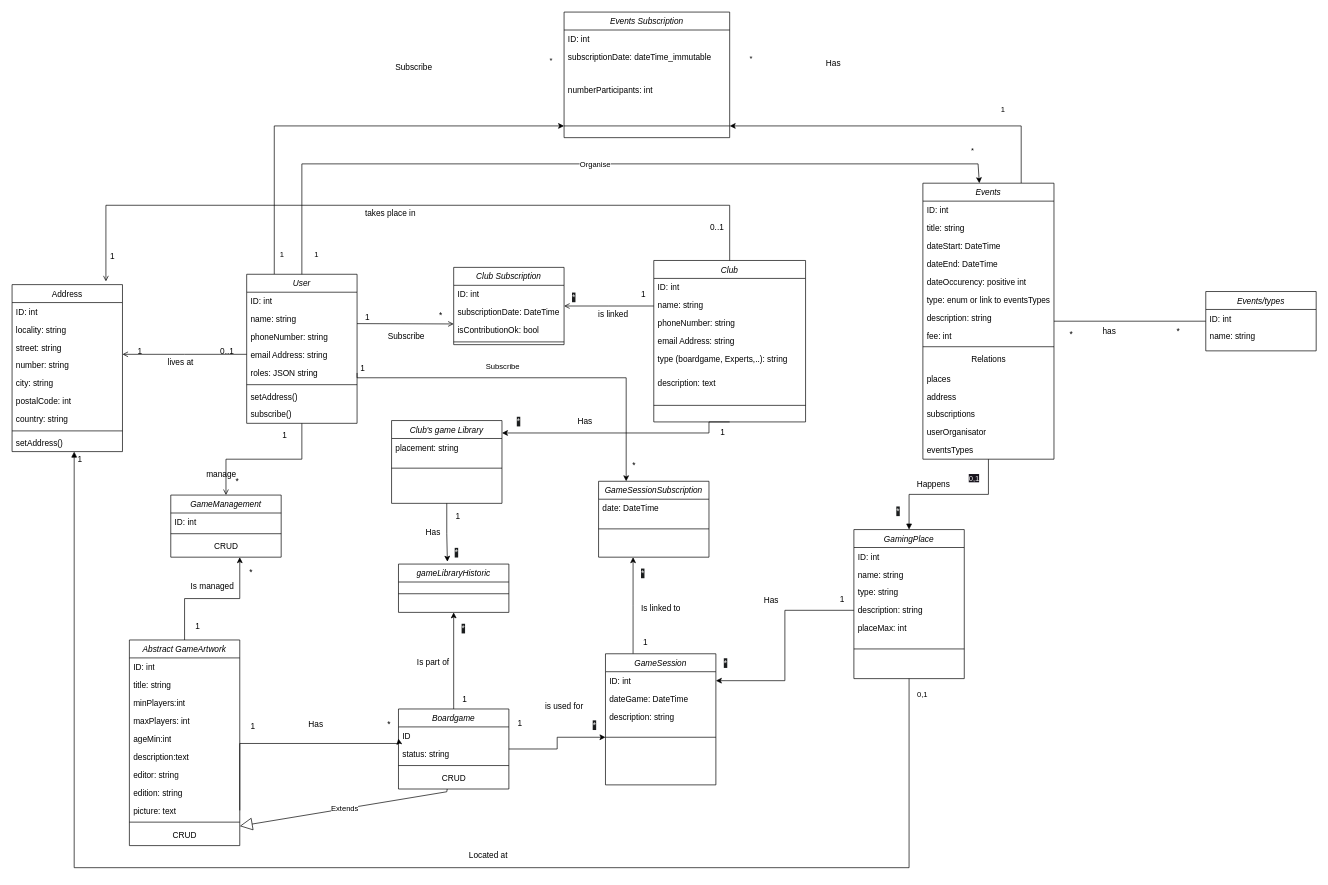
Dj3ni/I3_ProjetSymphony keeps this draw.io diagram as doc/diagrammes/analyseUML.drawio. Above is the earlier version. Source tidied: cells renumbered, new cells numbered last; positions are measured from the earlier drawing's top-left corner, leaving out a move shared by most shapes. Both pictures are drawn from the tidied source at 69%, with x=0, y=0 at pixel (12, 12).
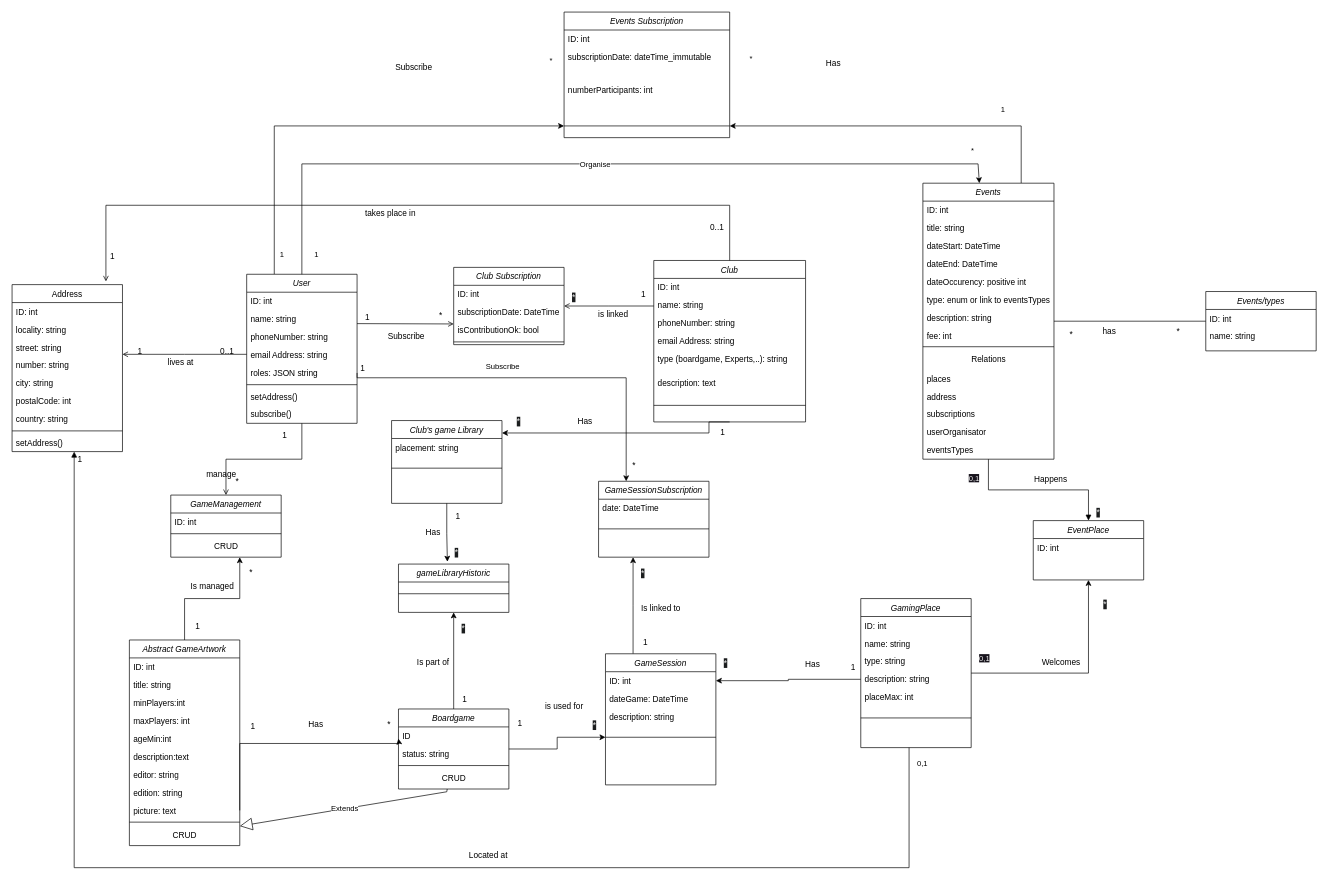
The same diagram, later.

Commit message (it also covers changes not shown here):
correction for relation Event and gaming place: added another entity EventPlace : because relation should been many to many

Unchanged cells that the change refers to:
```xml
<mxCell id="64" value="Events" style="swimlane;fontStyle=2;align=center;verticalAlign=top;horizontal=1;startSize=26;rounded=0;shadow=0;strokeWidth=1;" parent="1" vertex="1">
  <mxGeometry x="1320" y="248" width="190" height="400" as="geometry" />
</mxCell>
```

The edit, as a diff of the source:
```diff
@@
     <mxCell id="122" value="GamingPlace" style="swimlane;fontStyle=2;align=center;verticalAlign=top;horizontal=1;startSize=26;rounded=0;shadow=0;strokeWidth=1;" parent="1" vertex="1">
-      <mxGeometry x="1220" y="750" width="160" height="216" as="geometry" />
+      <mxGeometry x="1230" y="850" width="160" height="216" as="geometry" />
     </mxCell>
@@
-    <mxCell id="129" style="endArrow=block;endFill=1;html=1;edgeStyle=orthogonalEdgeStyle;align=left;verticalAlign=top;rounded=0;" parent="1" edge="1" source="64" target="122">
+    <mxCell id="129" style="endArrow=block;endFill=1;html=1;edgeStyle=orthogonalEdgeStyle;align=left;verticalAlign=top;rounded=0;" parent="1" edge="1" source="64" target="182">
       <mxGeometry x="-1" relative="1" as="geometry" />
     </mxCell>
+    <mxCell id="181" style="edgeStyle=orthogonalEdgeStyle;rounded=0;jettySize=auto;html=1;" parent="1" edge="1" source="122" target="182">
+      <mxGeometry relative="1" as="geometry" />
+    </mxCell>
     <mxCell id="130" value="&lt;span style=&quot;color: rgb(240, 240, 240); font-family: Helvetica; font-size: 12px; font-style: normal; font-variant-ligatures: normal; font-variant-caps: normal; font-weight: 400; letter-spacing: normal; orphans: 2; text-align: right; text-indent: 0px; text-transform: none; widows: 2; word-spacing: 0px; -webkit-text-stroke-width: 0px; white-space: nowrap; background-color: rgb(27, 29, 30); text-decoration-thickness: initial; text-decoration-style: initial; text-decoration-color: initial; display: inline !important; float: none;&quot;&gt;*&lt;/span&gt;" style="text;whiteSpace=wrap;html=1;" parent="1" vertex="1">
-      <mxGeometry x="1280" y="710" width="20" height="20" as="geometry" />
+      <mxGeometry x="1580" y="845" width="20" height="20" as="geometry" />
     </mxCell>
@@
     <mxCell id="132" value="Happens" style="text;html=1;align=center;verticalAlign=middle;strokeColor=none;fillColor=none;" parent="1" vertex="1">
-      <mxGeometry x="1300" y="670" width="70" height="30" as="geometry" />
+      <mxGeometry x="1470" y="662" width="70" height="30" as="geometry" />
     </mxCell>
@@
     <mxCell id="171" value="1" style="align=left;verticalAlign=bottom;labelBackgroundColor=none;fontSize=12;" parent="1" vertex="1">
-      <mxGeometry x="1200" y="848" as="geometry">
-        <mxPoint x="-2" y="12" as="offset" />
+      <mxGeometry x="1220" y="910" as="geometry">
+        <mxPoint x="-6" y="48" as="offset" />
       </mxGeometry>
     </mxCell>
@@
     <mxCell id="173" value="Has" style="text;html=1;align=center;verticalAlign=middle;strokeColor=none;fillColor=none;" parent="1" vertex="1">
-      <mxGeometry x="1080" y="838" width="40" height="30" as="geometry" />
+      <mxGeometry x="1140" y="930" width="40" height="30" as="geometry" />
     </mxCell>
@@
+    <mxCell id="182" value="EventPlace" style="swimlane;fontStyle=2;align=center;verticalAlign=top;horizontal=1;startSize=26;rounded=0;shadow=0;strokeWidth=1;" parent="1" vertex="1">
+      <mxGeometry x="1480" y="737" width="160" height="86" as="geometry" />
+    </mxCell>
+    <mxCell id="183" value="ID: int" style="text;align=left;verticalAlign=top;spacingLeft=4;spacingRight=4;overflow=hidden;" parent="182" vertex="1">
+      <mxGeometry y="26" width="160" height="26" as="geometry" />
+    </mxCell>
+    <mxCell id="184" value="&lt;span style=&quot;color: rgb(240, 240, 240); font-family: Helvetica; font-size: 12px; font-style: normal; font-variant-ligatures: normal; font-variant-caps: normal; font-weight: 400; letter-spacing: normal; orphans: 2; text-align: right; text-indent: 0px; text-transform: none; widows: 2; word-spacing: 0px; -webkit-text-stroke-width: 0px; white-space: nowrap; background-color: rgb(27, 29, 30); text-decoration-thickness: initial; text-decoration-style: initial; text-decoration-color: initial; display: inline !important; float: none;&quot;&gt;*&lt;/span&gt;" style="text;whiteSpace=wrap;html=1;" parent="1" vertex="1">
+      <mxGeometry x="1570" y="712" width="20" height="20" as="geometry" />
+    </mxCell>
+    <mxCell id="185" value="&lt;span style=&quot;color: rgb(240, 240, 240); font-family: Helvetica; font-size: 11px; font-style: normal; font-variant-ligatures: normal; font-variant-caps: normal; font-weight: 400; letter-spacing: normal; orphans: 2; text-align: left; text-indent: 0px; text-transform: none; widows: 2; word-spacing: 0px; -webkit-text-stroke-width: 0px; white-space: nowrap; background-color: rgb(24, 20, 29); text-decoration-thickness: initial; text-decoration-style: initial; text-decoration-color: initial; display: inline !important; float: none;&quot;&gt;0,1&lt;/span&gt;" style="text;whiteSpace=wrap;html=1;" parent="1" vertex="1">
+      <mxGeometry x="1400" y="923" width="50" height="40" as="geometry" />
+    </mxCell>
+    <mxCell id="186" value="Welcomes" style="text;html=1;align=center;verticalAlign=middle;strokeColor=none;fillColor=none;" parent="1" vertex="1">
+      <mxGeometry x="1480" y="928" width="80" height="30" as="geometry" />
+    </mxCell>
```
